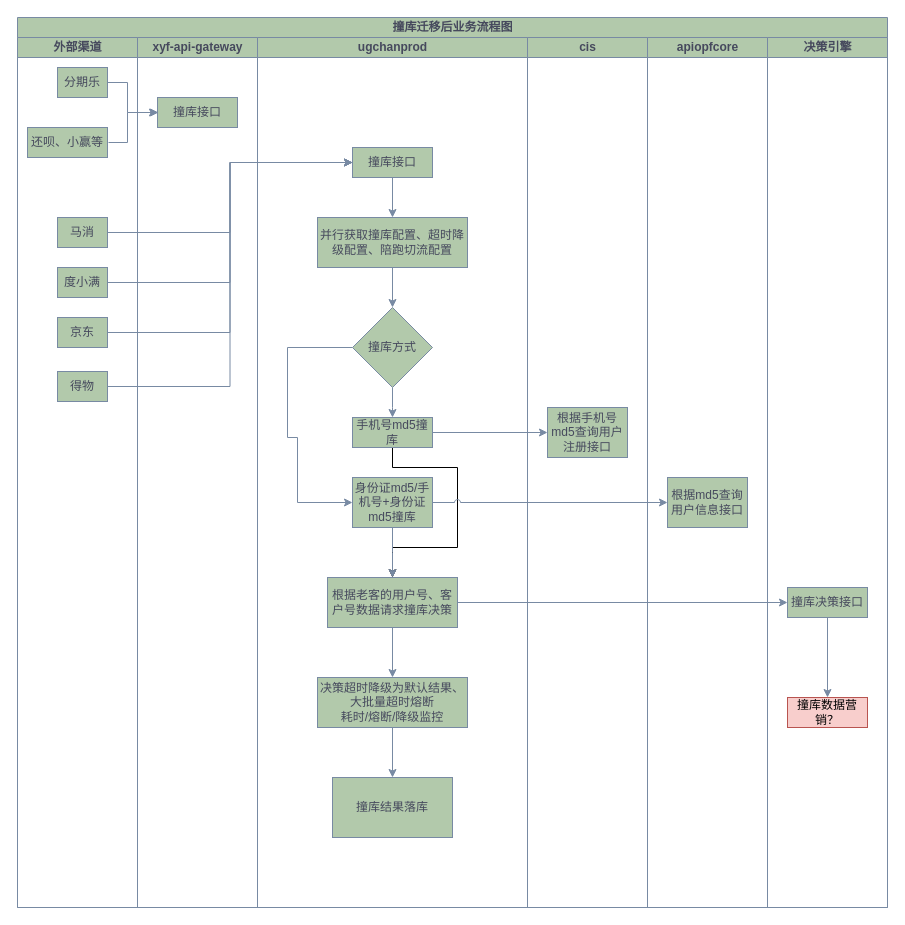
Above: 撞库迁移后业务流程图.drawio in yuanlj-tea/picgo (draw.io), before the change. Source tidied: cells renumbered, new cells numbered last; positions are measured from the earlier drawing's top-left corner, leaving out a move shared by most shapes. Both pictures are drawn from the tidied source at 100%, with x=0, y=0 at pixel (17, 17).
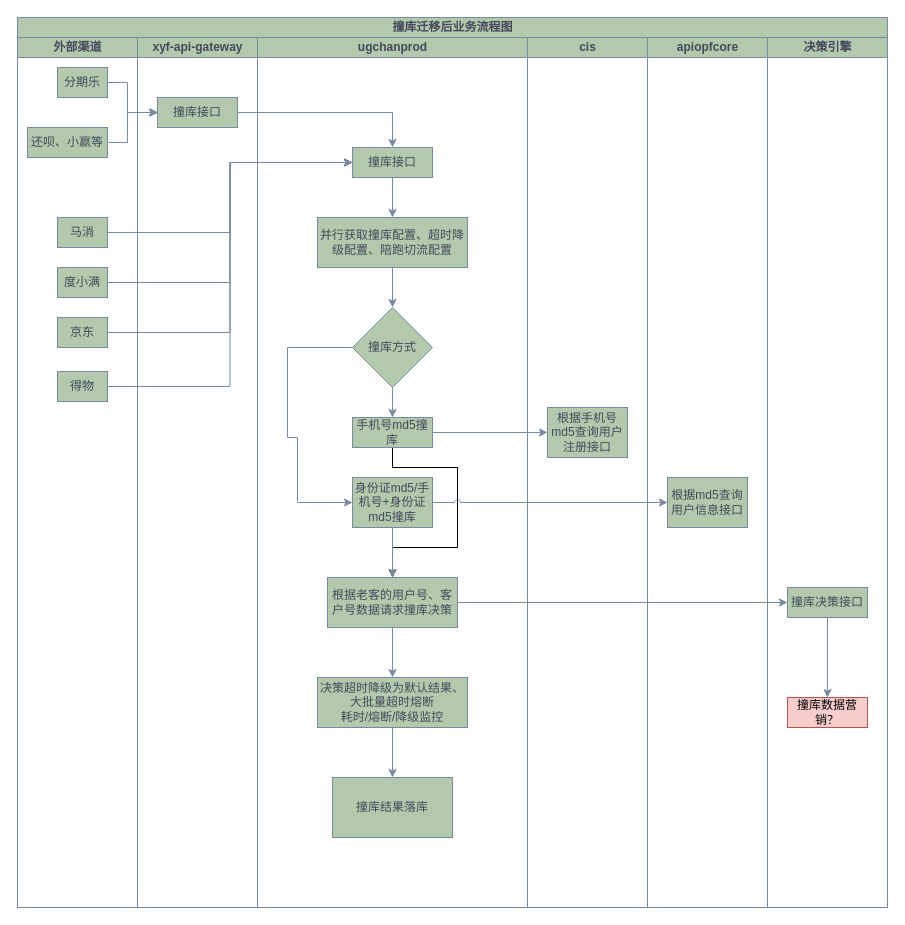
After the change.

Commit message (it also covers changes not shown here):
更新撞库迁移后业务流程图.drawio

Unchanged cells that the change refers to:
```xml
<mxCell id="2" value="撞库迁移后业务流程图" style="swimlane;startSize=20;html=1;fillColor=#B2C9AB;strokeColor=#788AA3;labelBackgroundColor=none;fontColor=#46495D;" parent="1" vertex="1">
  <mxGeometry width="870" height="890" as="geometry" />
</mxCell>
<mxCell id="11" value="撞库接口" style="rounded=0;whiteSpace=wrap;html=1;strokeColor=#788AA3;fontColor=#46495D;fillColor=#B2C9AB;" parent="10" vertex="1">
  <mxGeometry x="20" y="60" width="80" height="30" as="geometry" />
</mxCell>
<mxCell id="14" value="撞库接口" style="rounded=0;whiteSpace=wrap;html=1;strokeColor=#788AA3;fontColor=#46495D;fillColor=#B2C9AB;" parent="12" vertex="1">
  <mxGeometry x="95" y="110" width="80" height="30" as="geometry" />
</mxCell>
```

Diff of the diagram source:
```diff
@@
+    <mxCell id="46" style="edgeStyle=orthogonalEdgeStyle;rounded=0;jettySize=auto;html=1;strokeColor=#788AA3;fontColor=#46495D;fillColor=#B2C9AB;" parent="2" edge="1" source="11" target="14">
+      <mxGeometry relative="1" as="geometry" />
+    </mxCell>
```
